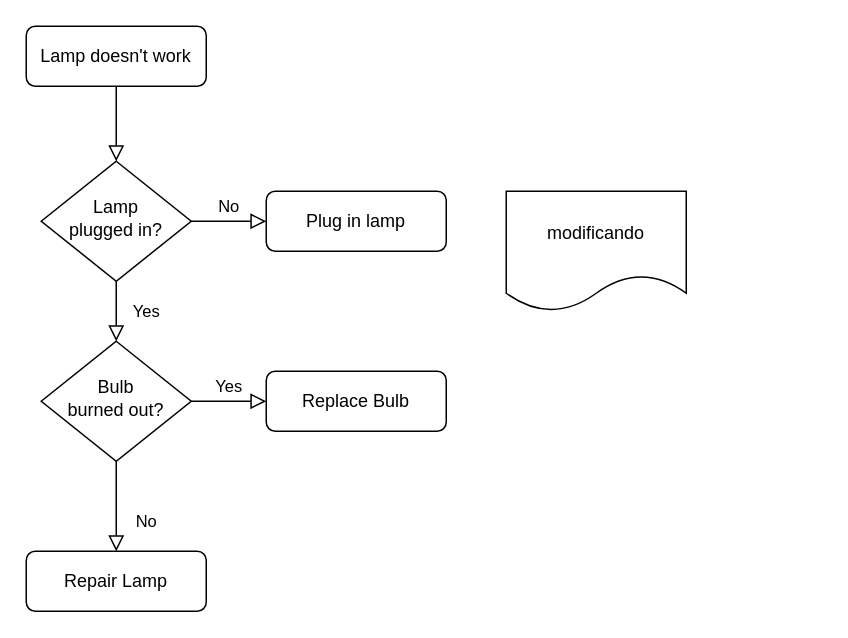
Before: Diagrama de Diseño Relacional ACME.drawio in MichelAdrianTorradoRoa/SISTEMA_DE_CONTROL_DE_ACCESO_PARA_EL_COMPLEJO_EMPRESARIAL_ZONA_ACME, a draw.io diagram. Source tidied: cells renumbered, new cells numbered last; positions are measured from the earlier drawing's top-left corner, leaving out a move shared by most shapes. Both pictures are drawn from the tidied source at 150%, with x=0, y=0 at pixel (26, 26).
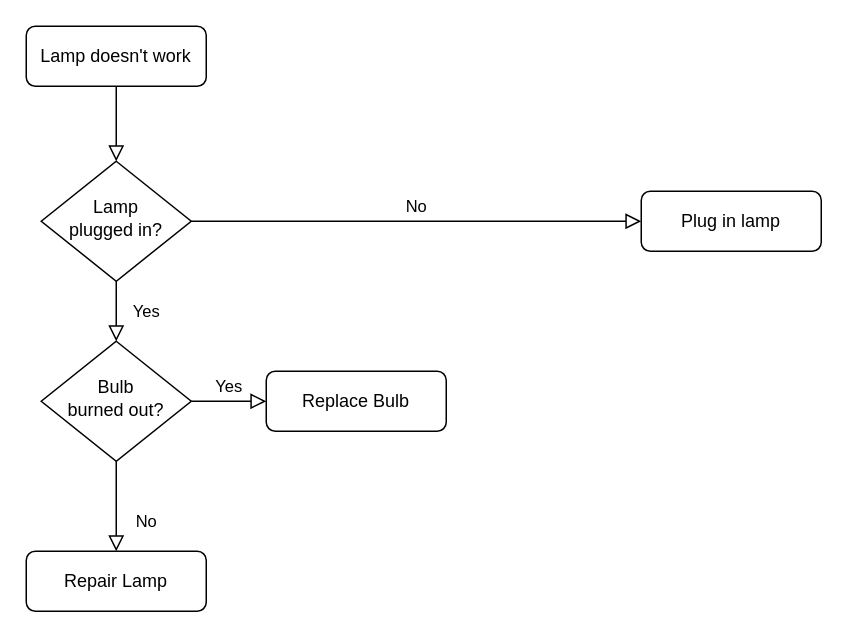
The same diagram, later.

Change to the diagram source:
```diff
@@
 <mxGraphModel>
   <root>
     <mxCell id="0" />
     <mxCell id="1" parent="0" />
     <mxCell id="2" style="rounded=0;html=1;jettySize=auto;fontSize=11;endArrow=block;endFill=0;endSize=8;strokeWidth=1;shadow=0;labelBackgroundColor=none;edgeStyle=orthogonalEdgeStyle;" parent="1" edge="1" source="3" target="6">
       <mxGeometry relative="1" as="geometry" />
     </mxCell>
     <mxCell id="3" value="Lamp doesn't work" style="rounded=1;whiteSpace=wrap;html=1;fontSize=12;glass=0;strokeWidth=1;shadow=0;" parent="1" vertex="1">
       <mxGeometry width="120" height="40" as="geometry" />
     </mxCell>
     <mxCell id="4" value="Yes" style="rounded=0;html=1;jettySize=auto;fontSize=11;endArrow=block;endFill=0;endSize=8;strokeWidth=1;shadow=0;labelBackgroundColor=none;edgeStyle=orthogonalEdgeStyle;" parent="1" edge="1" source="6" target="10">
       <mxGeometry y="20" relative="1" as="geometry" />
     </mxCell>
     <mxCell id="5" value="No" style="edgeStyle=orthogonalEdgeStyle;rounded=0;html=1;jettySize=auto;fontSize=11;endArrow=block;endFill=0;endSize=8;strokeWidth=1;shadow=0;labelBackgroundColor=none;" parent="1" edge="1" source="6" target="7">
       <mxGeometry y="10" relative="1" as="geometry" />
     </mxCell>
     <mxCell id="6" value="Lamp&lt;br&gt;plugged in?" style="rhombus;whiteSpace=wrap;html=1;shadow=0;fontFamily=Helvetica;fontSize=12;align=center;strokeWidth=1;spacing=6;spacingTop=-4;" parent="1" vertex="1">
       <mxGeometry x="10" y="90" width="100" height="80" as="geometry" />
     </mxCell>
     <mxCell id="7" value="Plug in lamp" style="rounded=1;whiteSpace=wrap;html=1;fontSize=12;glass=0;strokeWidth=1;shadow=0;" parent="1" vertex="1">
-      <mxGeometry x="160" y="110" width="120" height="40" as="geometry" />
+      <mxGeometry x="410" y="110" width="120" height="40" as="geometry" />
     </mxCell>
     <mxCell id="8" value="No" style="rounded=0;html=1;jettySize=auto;fontSize=11;endArrow=block;endFill=0;endSize=8;strokeWidth=1;shadow=0;labelBackgroundColor=none;edgeStyle=orthogonalEdgeStyle;" parent="1" edge="1" source="10" target="11">
       <mxGeometry x="0.33" y="20" relative="1" as="geometry" />
     </mxCell>
     <mxCell id="9" value="Yes" style="edgeStyle=orthogonalEdgeStyle;rounded=0;html=1;jettySize=auto;fontSize=11;endArrow=block;endFill=0;endSize=8;strokeWidth=1;shadow=0;labelBackgroundColor=none;" parent="1" edge="1" source="10" target="12">
       <mxGeometry y="10" relative="1" as="geometry" />
     </mxCell>
     <mxCell id="10" value="Bulb&lt;br&gt;burned out?" style="rhombus;whiteSpace=wrap;html=1;shadow=0;fontFamily=Helvetica;fontSize=12;align=center;strokeWidth=1;spacing=6;spacingTop=-4;" parent="1" vertex="1">
       <mxGeometry x="10" y="210" width="100" height="80" as="geometry" />
     </mxCell>
     <mxCell id="11" value="Repair Lamp" style="rounded=1;whiteSpace=wrap;html=1;fontSize=12;glass=0;strokeWidth=1;shadow=0;" parent="1" vertex="1">
       <mxGeometry y="350" width="120" height="40" as="geometry" />
     </mxCell>
     <mxCell id="12" value="Replace Bulb" style="rounded=1;whiteSpace=wrap;html=1;fontSize=12;glass=0;strokeWidth=1;shadow=0;" parent="1" vertex="1">
       <mxGeometry x="160" y="230" width="120" height="40" as="geometry" />
     </mxCell>
-    <mxCell id="13" value="modificando" style="shape=document;whiteSpace=wrap;html=1;boundedLbl=1;" parent="1" vertex="1">
-      <mxGeometry x="320" y="110" width="120" height="80" as="geometry" />
-    </mxCell>
   </root>
 </mxGraphModel>
```
